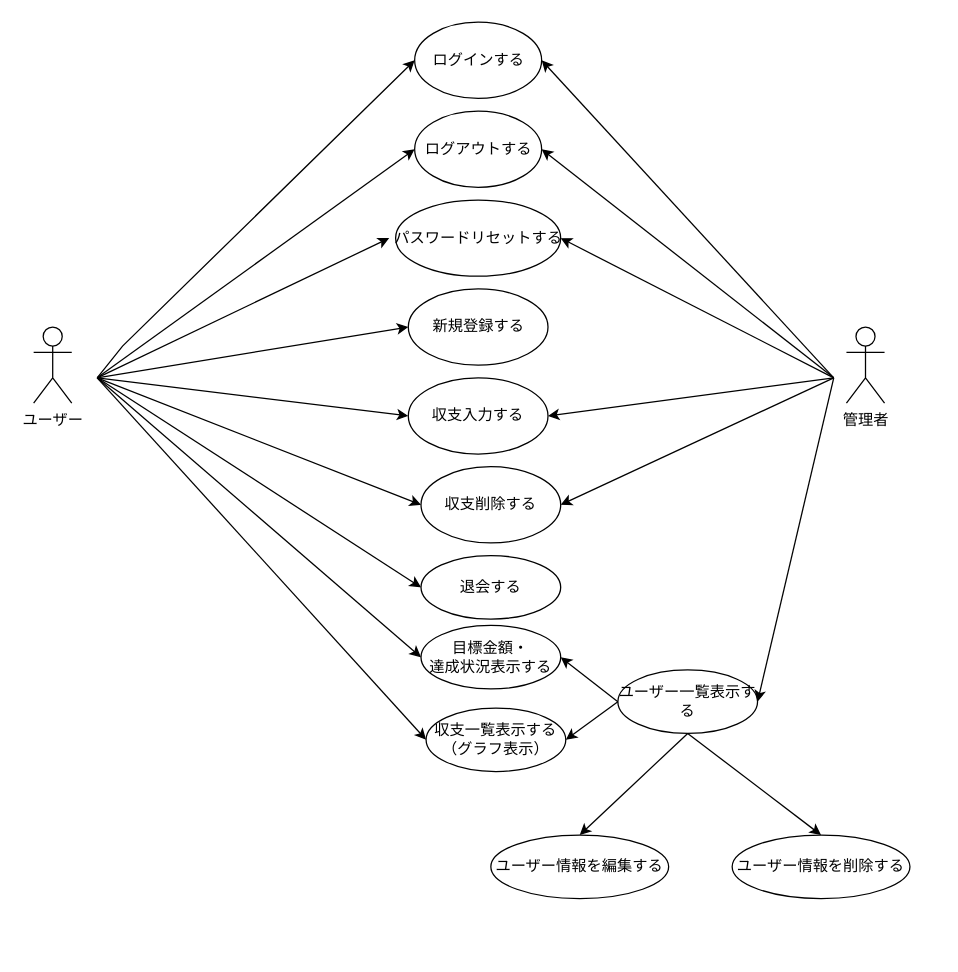
The draw.io diagram kakeibo_usecase.drawio in harukioono/haruki-oono-educure-app, before the edit. Source tidied: cells renumbered, new cells numbered last; positions are measured from the earlier drawing's top-left corner, leaving out a move shared by most shapes. Both pictures are drawn from the tidied source at 127%, with x=0, y=0 at pixel (33, 22).
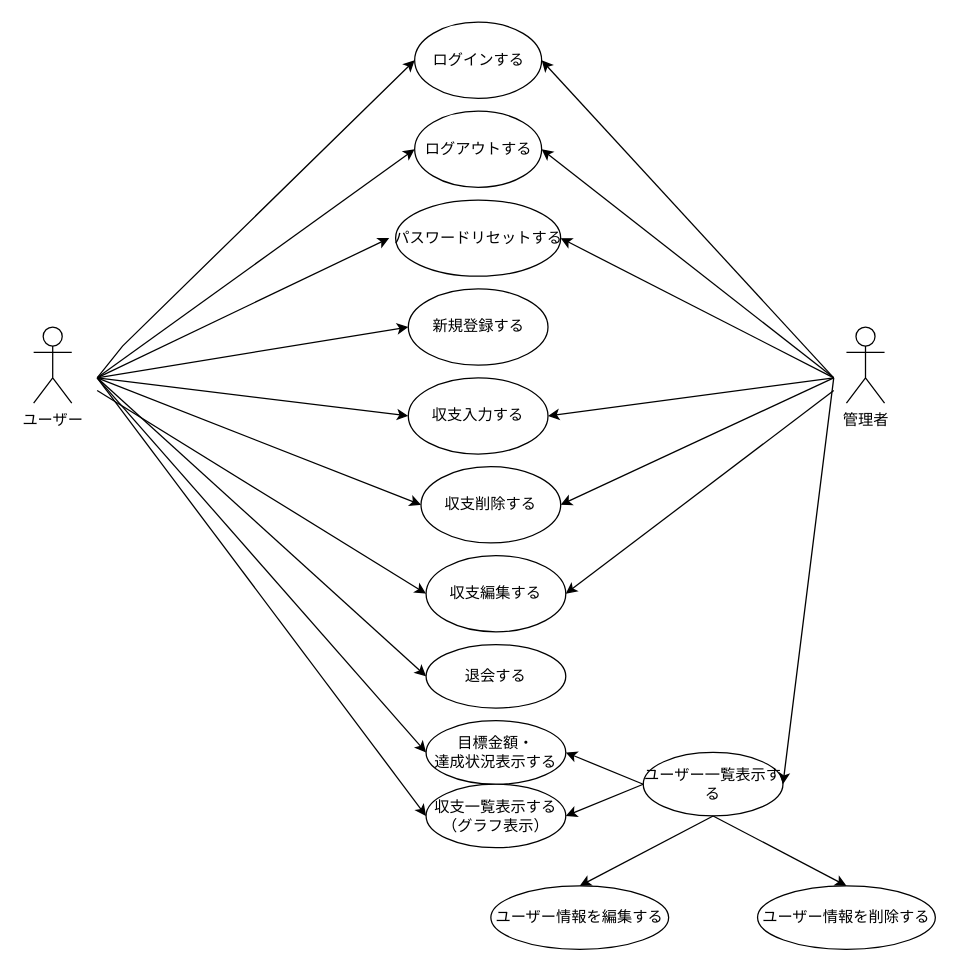
The same diagram, later.

Diff of the diagram source:
```diff
@@
     <mxCell id="14" value="収支一覧表示する&lt;div&gt;（グラフ表示）&lt;/div&gt;" style="ellipse;whiteSpace=wrap;html=1;" parent="1" vertex="1">
-      <mxGeometry x="309" y="540" width="110" height="50" as="geometry" />
+      <mxGeometry x="309" y="600" width="110" height="50" as="geometry" />
     </mxCell>
     <mxCell id="15" value="退会する" style="ellipse;whiteSpace=wrap;html=1;" parent="1" vertex="1">
-      <mxGeometry x="305" y="420" width="110" height="50" as="geometry" />
+      <mxGeometry x="309" y="490" width="110" height="50" as="geometry" />
     </mxCell>
     <mxCell id="16" value="目標金額・&lt;div&gt;達成状況表示する&lt;/div&gt;" style="ellipse;whiteSpace=wrap;html=1;" parent="1" vertex="1">
-      <mxGeometry x="305" y="475" width="110" height="50" as="geometry" />
+      <mxGeometry x="309" y="550" width="110" height="50" as="geometry" />
     </mxCell>
     <mxCell id="17" value="&lt;div&gt;ユーザー一覧表示する&lt;/div&gt;" style="ellipse;whiteSpace=wrap;html=1;" parent="1" vertex="1">
-      <mxGeometry x="460" y="510" width="110" height="50" as="geometry" />
+      <mxGeometry x="480" y="575" width="110" height="50" as="geometry" />
     </mxCell>
@@
     <mxCell id="36" value="ユーザー情報を編集する" style="ellipse;whiteSpace=wrap;html=1;" parent="1" vertex="1">
-      <mxGeometry x="360" y="640" width="140" height="50" as="geometry" />
+      <mxGeometry x="360" y="680" width="140" height="50" as="geometry" />
     </mxCell>
     <mxCell id="37" value="ユーザー情報を削除する" style="ellipse;whiteSpace=wrap;html=1;" parent="1" vertex="1">
-      <mxGeometry x="550" y="640" width="140" height="50" as="geometry" />
+      <mxGeometry x="570" y="680" width="140" height="50" as="geometry" />
     </mxCell>
@@
+    <mxCell id="40" value="収支編集する" style="ellipse;whiteSpace=wrap;html=1;" parent="1" vertex="1">
+      <mxGeometry x="309" y="420" width="110" height="60" as="geometry" />
+    </mxCell>
+    <mxCell id="41" style="endArrow=classic;html=1;rounded=0;entryX=0;entryY=0.5;entryDx=0;entryDy=0;" parent="1" edge="1" target="40">
+      <mxGeometry relative="1" as="geometry">
+        <mxPoint x="50" y="290" as="sourcePoint" />
+      </mxGeometry>
+    </mxCell>
+    <mxCell id="42" style="endArrow=classic;html=1;rounded=0;entryX=1;entryY=0.5;entryDx=0;entryDy=0;" parent="1" edge="1" target="40">
+      <mxGeometry relative="1" as="geometry">
+        <mxPoint x="630" y="290" as="sourcePoint" />
+      </mxGeometry>
+    </mxCell>
```
